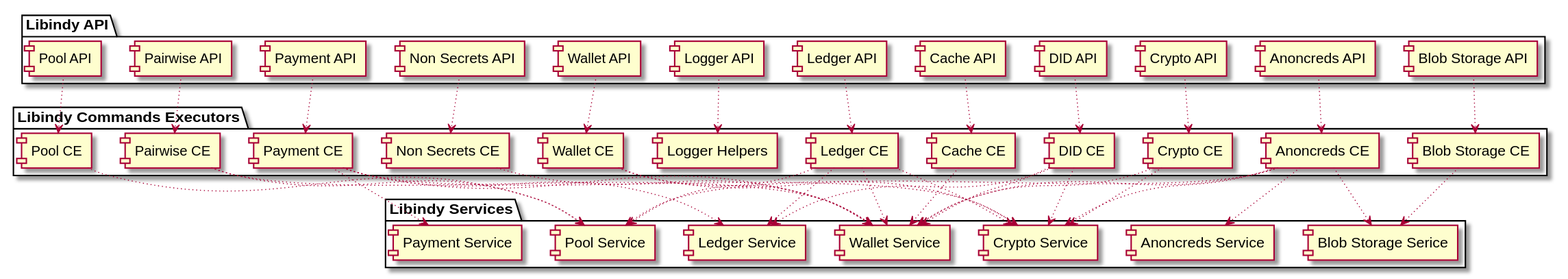
Before: docs/architecture/libindy_components.svg, a diagram exported from PlantUML (hyperledger-archives/indy-sdk).
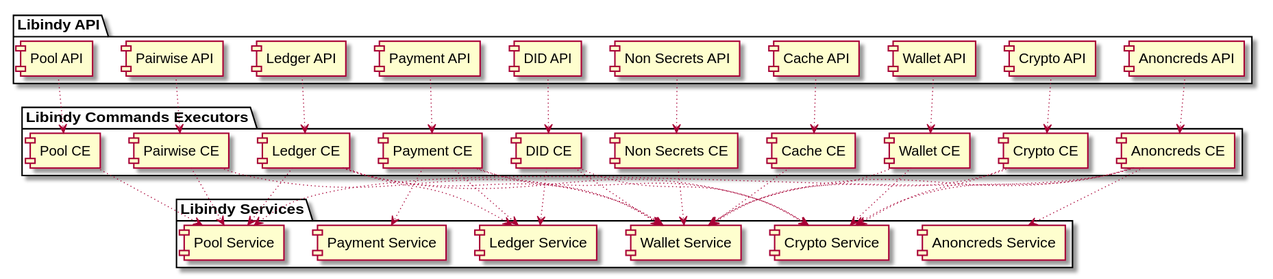
Above is the later version.

Commit message:
Simplify libindy components diagram by removing minor items.

Change to the diagram source:
```diff
@@ -2,12 +2,10 @@
 
 package "Libindy API" as la {
     [Anoncreds API] as anoncreds_api
-    [Blob Storage API] as bs_api
     [Cache API] as cache_api
     [Crypto API] as crypto_api
     [DID API] as did_api
     [Ledger API] as ledger_api
-    [Logger API] as logger_api
     [Non Secrets API] as nonsecrets_api
     [Pairwise API] as pairwise_api
     [Payment API] as payment_api
@@ -17,12 +15,10 @@
 
 package "Libindy Commands Executors" as lce {
     [Anoncreds CE] as anoncreds_ce
-    [Blob Storage CE] as bs_ce
     [Cache CE] as cache_ce
     [Crypto CE] as crypto_ce
     [DID CE] as did_ce
     [Ledger CE] as ledger_ce
-    [Logger Helpers] as logger_ce
     [Non Secrets CE] as nonsecrets_ce
     [Pairwise CE] as pairwise_ce
     [Payment CE] as payment_ce
@@ -32,7 +28,6 @@
 
 package "Libindy Services" as ls {
     [Anoncreds Service] as anoncreds_s
-    [Blob Storage Serice] as bs_s
     [Crypto Service] as crypto_s
     [Ledger Service] as ledger_s
     [Payment Service] as payment_s
@@ -41,12 +36,10 @@
 }
 
 anoncreds_api ~~> anoncreds_ce
-bs_api ~~> bs_ce
 cache_api ~~> cache_ce
 crypto_api ~~> crypto_ce
 did_api ~~> did_ce
 ledger_api ~~> ledger_ce
-logger_api ~~> logger_ce
 nonsecrets_api ~~> nonsecrets_ce
 pairwise_api ~~> pairwise_ce
 payment_api ~~> payment_ce
@@ -54,12 +47,9 @@
 wallet_api ~~> wallet_ce
 
 anoncreds_ce ~~> anoncreds_s
-anoncreds_ce ~~> bs_s
 anoncreds_ce ~~> wallet_s
 anoncreds_ce ~~> crypto_s
 anoncreds_ce ~~> pool_s
-
-bs_ce ~~> bs_s
 
 cache_ce ~~> wallet_s
 
```
